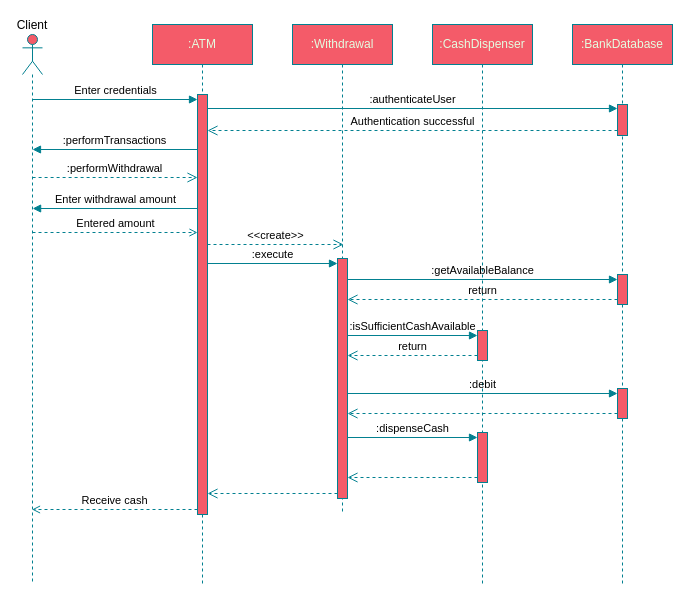
Earlier version of the draw.io diagram Main Courses/CSC1016S/Assignments/5- UML and Consolidation/Diagrams/Exercise3.drawio (DnA-IntRicate/uct-cse). Source tidied: cells renumbered, new cells numbered last; positions are measured from the earlier drawing's top-left corner, leaving out a move shared by most shapes. Both pictures are drawn from the tidied source at 100%, with x=0, y=0 at pixel (22, 24).
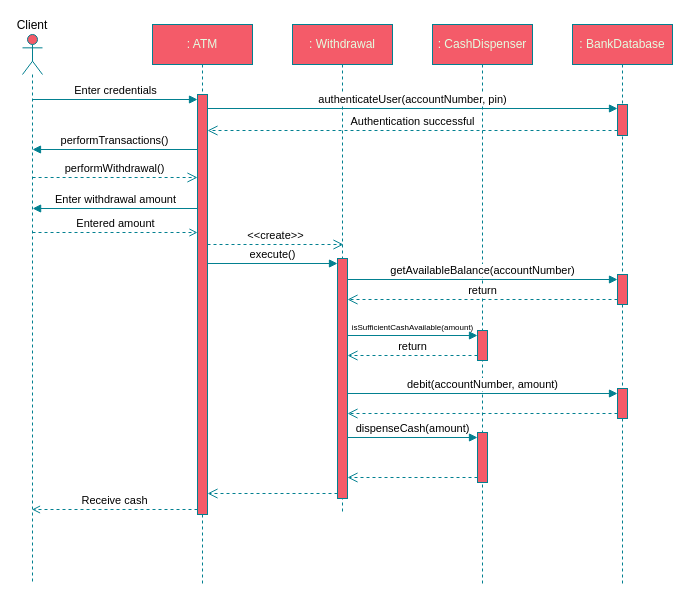
Above is the later version.

Commit message (it also covers changes not shown here):
Assignment 5 Sequence Diagram fix incorrect function notation

Unchanged cells that the change refers to:
```xml
<mxCell id="6" style="html=1;points=[[0,0,0,0,5],[0,1,0,0,-5],[1,0,0,0,5],[1,1,0,0,-5]];perimeter=orthogonalPerimeter;outlineConnect=0;targetShapes=umlLifeline;portConstraint=eastwest;newEdgeStyle={&quot;curved&quot;:0,&quot;rounded&quot;:0};rounded=0;labelBackgroundColor=none;fillColor=#F45B69;strokeColor=#028090;fontColor=#E4FDE1;" parent="5" vertex="1">
  <mxGeometry x="45" y="70" width="10" height="420" as="geometry" />
</mxCell>
<mxCell id="9" style="html=1;points=[[0,0,0,0,5],[0,1,0,0,-5],[1,0,0,0,5],[1,1,0,0,-5]];perimeter=orthogonalPerimeter;outlineConnect=0;targetShapes=umlLifeline;portConstraint=eastwest;newEdgeStyle={&quot;curved&quot;:0,&quot;rounded&quot;:0};rounded=0;labelBackgroundColor=none;fillColor=#F45B69;strokeColor=#028090;fontColor=#E4FDE1;" parent="8" vertex="1">
  <mxGeometry x="45" y="80" width="10" height="31" as="geometry" />
</mxCell>
<mxCell id="10" style="html=1;points=[[0,0,0,0,5],[0,1,0,0,-5],[1,0,0,0,5],[1,1,0,0,-5]];perimeter=orthogonalPerimeter;outlineConnect=0;targetShapes=umlLifeline;portConstraint=eastwest;newEdgeStyle={&quot;curved&quot;:0,&quot;rounded&quot;:0};rounded=0;labelBackgroundColor=none;fillColor=#F45B69;strokeColor=#028090;fontColor=#E4FDE1;" parent="8" vertex="1">
  <mxGeometry x="45" y="250" width="10" height="30" as="geometry" />
</mxCell>
<mxCell id="11" style="html=1;points=[[0,0,0,0,5],[0,1,0,0,-5],[1,0,0,0,5],[1,1,0,0,-5]];perimeter=orthogonalPerimeter;outlineConnect=0;targetShapes=umlLifeline;portConstraint=eastwest;newEdgeStyle={&quot;curved&quot;:0,&quot;rounded&quot;:0};rounded=0;labelBackgroundColor=none;fillColor=#F45B69;strokeColor=#028090;fontColor=#E4FDE1;" parent="8" vertex="1">
  <mxGeometry x="45" y="364" width="10" height="30" as="geometry" />
</mxCell>
<mxCell id="15" style="html=1;points=[[0,0,0,0,5],[0,1,0,0,-5],[1,0,0,0,5],[1,1,0,0,-5]];perimeter=orthogonalPerimeter;outlineConnect=0;targetShapes=umlLifeline;portConstraint=eastwest;newEdgeStyle={&quot;curved&quot;:0,&quot;rounded&quot;:0};rounded=0;labelBackgroundColor=none;fillColor=#F45B69;strokeColor=#028090;fontColor=#E4FDE1;" parent="14" vertex="1">
  <mxGeometry x="45" y="306" width="10" height="30" as="geometry" />
</mxCell>
<mxCell id="16" style="html=1;points=[[0,0,0,0,5],[0,1,0,0,-5],[1,0,0,0,5],[1,1,0,0,-5]];perimeter=orthogonalPerimeter;outlineConnect=0;targetShapes=umlLifeline;portConstraint=eastwest;newEdgeStyle={&quot;curved&quot;:0,&quot;rounded&quot;:0};rounded=0;labelBackgroundColor=none;fillColor=#F45B69;strokeColor=#028090;fontColor=#E4FDE1;" parent="14" vertex="1">
  <mxGeometry x="45" y="408" width="10" height="50" as="geometry" />
</mxCell>
<mxCell id="18" style="html=1;points=[[0,0,0,0,5],[0,1,0,0,-5],[1,0,0,0,5],[1,1,0,0,-5]];perimeter=orthogonalPerimeter;outlineConnect=0;targetShapes=umlLifeline;portConstraint=eastwest;newEdgeStyle={&quot;curved&quot;:0,&quot;rounded&quot;:0};rounded=0;labelBackgroundColor=none;fillColor=#F45B69;strokeColor=#028090;fontColor=#E4FDE1;" parent="17" vertex="1">
  <mxGeometry x="45" y="234" width="10" height="240" as="geometry" />
</mxCell>
```

The edit, as a diff of the source:
```diff
@@
-    <mxCell id="5" value=":ATM" style="shape=umlLifeline;perimeter=lifelinePerimeter;whiteSpace=wrap;html=1;newEdgeStyle={&quot;curved&quot;:0,&quot;rounded&quot;:0};rounded=0;labelBackgroundColor=none;fillColor=#F45B69;strokeColor=#028090;fontColor=#E4FDE1;" parent="1" vertex="1">
+    <mxCell id="5" value=": ATM" style="shape=umlLifeline;perimeter=lifelinePerimeter;whiteSpace=wrap;html=1;newEdgeStyle={&quot;curved&quot;:0,&quot;rounded&quot;:0};rounded=0;labelBackgroundColor=none;fillColor=#F45B69;strokeColor=#028090;fontColor=#E4FDE1;" parent="1" vertex="1">
       <mxGeometry x="130" width="100" height="560" as="geometry" />
     </mxCell>
@@
-    <mxCell id="8" value=":BankDatabase" style="shape=umlLifeline;perimeter=lifelinePerimeter;whiteSpace=wrap;html=1;newEdgeStyle={&quot;curved&quot;:0,&quot;rounded&quot;:0};rounded=0;labelBackgroundColor=none;fillColor=#F45B69;strokeColor=#028090;fontColor=#E4FDE1;" parent="1" vertex="1">
+    <mxCell id="8" value=": BankDatabase" style="shape=umlLifeline;perimeter=lifelinePerimeter;whiteSpace=wrap;html=1;newEdgeStyle={&quot;curved&quot;:0,&quot;rounded&quot;:0};rounded=0;labelBackgroundColor=none;fillColor=#F45B69;strokeColor=#028090;fontColor=#E4FDE1;" parent="1" vertex="1">
       <mxGeometry x="550" width="100" height="560" as="geometry" />
     </mxCell>
@@
-    <mxCell id="12" value=":authenticateUser" style="html=1;verticalAlign=bottom;endArrow=block;curved=0;rounded=0;labelBackgroundColor=none;strokeColor=#028090;fontColor=default;" parent="1" edge="1" target="9">
-      <mxGeometry relative="1" as="geometry">
-        <mxPoint x="185" y="84" as="sourcePoint" />
-      </mxGeometry>
-    </mxCell>
@@
-    <mxCell id="14" value=":CashDispenser" style="shape=umlLifeline;perimeter=lifelinePerimeter;whiteSpace=wrap;html=1;newEdgeStyle={&quot;curved&quot;:0,&quot;rounded&quot;:0};rounded=0;labelBackgroundColor=none;fillColor=#F45B69;strokeColor=#028090;fontColor=#E4FDE1;" parent="1" vertex="1">
+    <mxCell id="14" value=": CashDispenser" style="shape=umlLifeline;perimeter=lifelinePerimeter;whiteSpace=wrap;html=1;newEdgeStyle={&quot;curved&quot;:0,&quot;rounded&quot;:0};rounded=0;labelBackgroundColor=none;fillColor=#F45B69;strokeColor=#028090;fontColor=#E4FDE1;" parent="1" vertex="1">
       <mxGeometry x="410" width="100" height="560" as="geometry" />
     </mxCell>
@@
-    <mxCell id="17" value=":Withdrawal" style="shape=umlLifeline;perimeter=lifelinePerimeter;whiteSpace=wrap;html=1;newEdgeStyle={&quot;curved&quot;:0,&quot;rounded&quot;:0};rounded=0;labelBackgroundColor=none;fillColor=#F45B69;strokeColor=#028090;fontColor=#E4FDE1;" parent="1" vertex="1">
+    <mxCell id="17" value=": Withdrawal" style="shape=umlLifeline;perimeter=lifelinePerimeter;whiteSpace=wrap;html=1;newEdgeStyle={&quot;curved&quot;:0,&quot;rounded&quot;:0};rounded=0;labelBackgroundColor=none;fillColor=#F45B69;strokeColor=#028090;fontColor=#E4FDE1;" parent="1" vertex="1">
       <mxGeometry x="270" width="100" height="490" as="geometry" />
     </mxCell>
@@
-    <mxCell id="21" value=":execute" style="html=1;verticalAlign=bottom;endArrow=block;curved=0;rounded=0;entryX=0;entryY=0;entryDx=0;entryDy=5;entryPerimeter=0;labelBackgroundColor=none;strokeColor=#028090;fontColor=default;" parent="1" edge="1" source="6" target="18">
+    <mxCell id="21" value="execute()" style="html=1;verticalAlign=bottom;endArrow=block;curved=0;rounded=0;entryX=0;entryY=0;entryDx=0;entryDy=5;entryPerimeter=0;labelBackgroundColor=none;strokeColor=#028090;fontColor=default;" parent="1" edge="1" source="6" target="18">
       <mxGeometry relative="1" as="geometry" />
     </mxCell>
-    <mxCell id="22" value=":getAvailableBalance" style="html=1;verticalAlign=bottom;endArrow=block;curved=0;rounded=0;labelBackgroundColor=none;entryX=0;entryY=0;entryDx=0;entryDy=5;entryPerimeter=0;strokeColor=#028090;fontColor=default;" parent="1" edge="1" source="18" target="10">
-      <mxGeometry relative="1" as="geometry" />
-    </mxCell>
-    <mxCell id="23" value=":performTransactions" style="html=1;verticalAlign=bottom;endArrow=block;curved=0;rounded=0;labelBackgroundColor=none;strokeColor=#028090;fontColor=default;" parent="1" edge="1" source="6">
+    <mxCell id="23" value="performTransactions()" style="html=1;verticalAlign=bottom;endArrow=block;curved=0;rounded=0;labelBackgroundColor=none;strokeColor=#028090;fontColor=default;" parent="1" edge="1" source="6">
       <mxGeometry relative="1" as="geometry">
         <mxPoint x="10" y="125" as="targetPoint" />
       </mxGeometry>
     </mxCell>
-    <mxCell id="24" value=":performWithdrawal" style="html=1;verticalAlign=bottom;endArrow=open;dashed=1;endSize=8;curved=0;rounded=0;labelBackgroundColor=none;strokeColor=#028090;fontColor=default;" parent="1" edge="1" target="6">
+    <mxCell id="24" value="performWithdrawal()" style="html=1;verticalAlign=bottom;endArrow=open;dashed=1;endSize=8;curved=0;rounded=0;labelBackgroundColor=none;strokeColor=#028090;fontColor=default;" parent="1" edge="1" target="6">
       <mxGeometry relative="1" as="geometry">
         <mxPoint x="10.1" y="153" as="sourcePoint" />
       </mxGeometry>
     </mxCell>
-    <mxCell id="25" value="return" style="html=1;verticalAlign=bottom;endArrow=open;dashed=1;endSize=8;curved=0;rounded=0;exitX=0;exitY=1;exitDx=0;exitDy=-5;exitPerimeter=0;labelBackgroundColor=none;strokeColor=#028090;fontColor=default;" parent="1" edge="1" source="10" target="18">
-      <mxGeometry relative="1" as="geometry" />
-    </mxCell>
-    <mxCell id="26" value=":isSufficientCashAvailable" style="html=1;verticalAlign=bottom;endArrow=block;curved=0;rounded=0;labelBackgroundColor=none;entryX=0;entryY=0;entryDx=0;entryDy=5;entryPerimeter=0;strokeColor=#028090;fontColor=default;" parent="1" edge="1" source="18" target="15">
+    <mxCell id="26" value="isSufficientCashAvailable(amount)" style="html=1;verticalAlign=bottom;endArrow=block;curved=0;rounded=0;labelBackgroundColor=none;entryX=0;entryY=0;entryDx=0;entryDy=5;entryPerimeter=0;strokeColor=#028090;fontColor=default;fontSize=8;" parent="1" edge="1" source="18" target="15">
       <mxGeometry relative="1" as="geometry" />
     </mxCell>
@@
-    <mxCell id="28" value=":debit" style="html=1;verticalAlign=bottom;endArrow=block;curved=0;rounded=0;entryX=0;entryY=0;entryDx=0;entryDy=5;entryPerimeter=0;labelBackgroundColor=none;strokeColor=#028090;fontColor=default;" parent="1" edge="1" source="18" target="11">
-      <mxGeometry relative="1" as="geometry" />
-    </mxCell>
@@
-    <mxCell id="30" value=":dispenseCash" style="html=1;verticalAlign=bottom;endArrow=block;curved=0;rounded=0;labelBackgroundColor=none;entryX=0;entryY=0;entryDx=0;entryDy=5;entryPerimeter=0;strokeColor=#028090;fontColor=default;" parent="1" edge="1" source="18" target="16">
+    <mxCell id="30" value="dispenseCash(amount)" style="html=1;verticalAlign=bottom;endArrow=block;curved=0;rounded=0;labelBackgroundColor=none;entryX=0;entryY=0;entryDx=0;entryDy=5;entryPerimeter=0;strokeColor=#028090;fontColor=default;" parent="1" edge="1" source="18" target="16">
       <mxGeometry relative="1" as="geometry" />
     </mxCell>
@@
+    <mxCell id="12" value="authenticateUser(accountNumber, pin)" style="html=1;verticalAlign=bottom;endArrow=block;curved=0;rounded=0;labelBackgroundColor=default;strokeColor=#028090;fontColor=default;" parent="1" edge="1" target="9">
+      <mxGeometry relative="1" as="geometry">
+        <mxPoint x="185" y="84" as="sourcePoint" />
+      </mxGeometry>
+    </mxCell>
+    <mxCell id="22" value="getAvailableBalance(accountNumber)" style="html=1;verticalAlign=bottom;endArrow=block;curved=0;rounded=0;labelBackgroundColor=default;entryX=0;entryY=0;entryDx=0;entryDy=5;entryPerimeter=0;strokeColor=#028090;fontColor=default;" parent="1" edge="1" source="18" target="10">
+      <mxGeometry relative="1" as="geometry" />
+    </mxCell>
+    <mxCell id="25" value="return" style="html=1;verticalAlign=bottom;endArrow=open;dashed=1;endSize=8;curved=0;rounded=0;exitX=0;exitY=1;exitDx=0;exitDy=-5;exitPerimeter=0;labelBackgroundColor=default;strokeColor=#028090;fontColor=default;" parent="1" edge="1" source="10" target="18">
+      <mxGeometry relative="1" as="geometry" />
+    </mxCell>
+    <mxCell id="28" value="debit(accountNumber, amount)" style="html=1;verticalAlign=bottom;endArrow=block;curved=0;rounded=0;entryX=0;entryY=0;entryDx=0;entryDy=5;entryPerimeter=0;labelBackgroundColor=default;strokeColor=#028090;fontColor=default;" parent="1" edge="1" source="18" target="11">
+      <mxGeometry relative="1" as="geometry" />
+    </mxCell>
```
